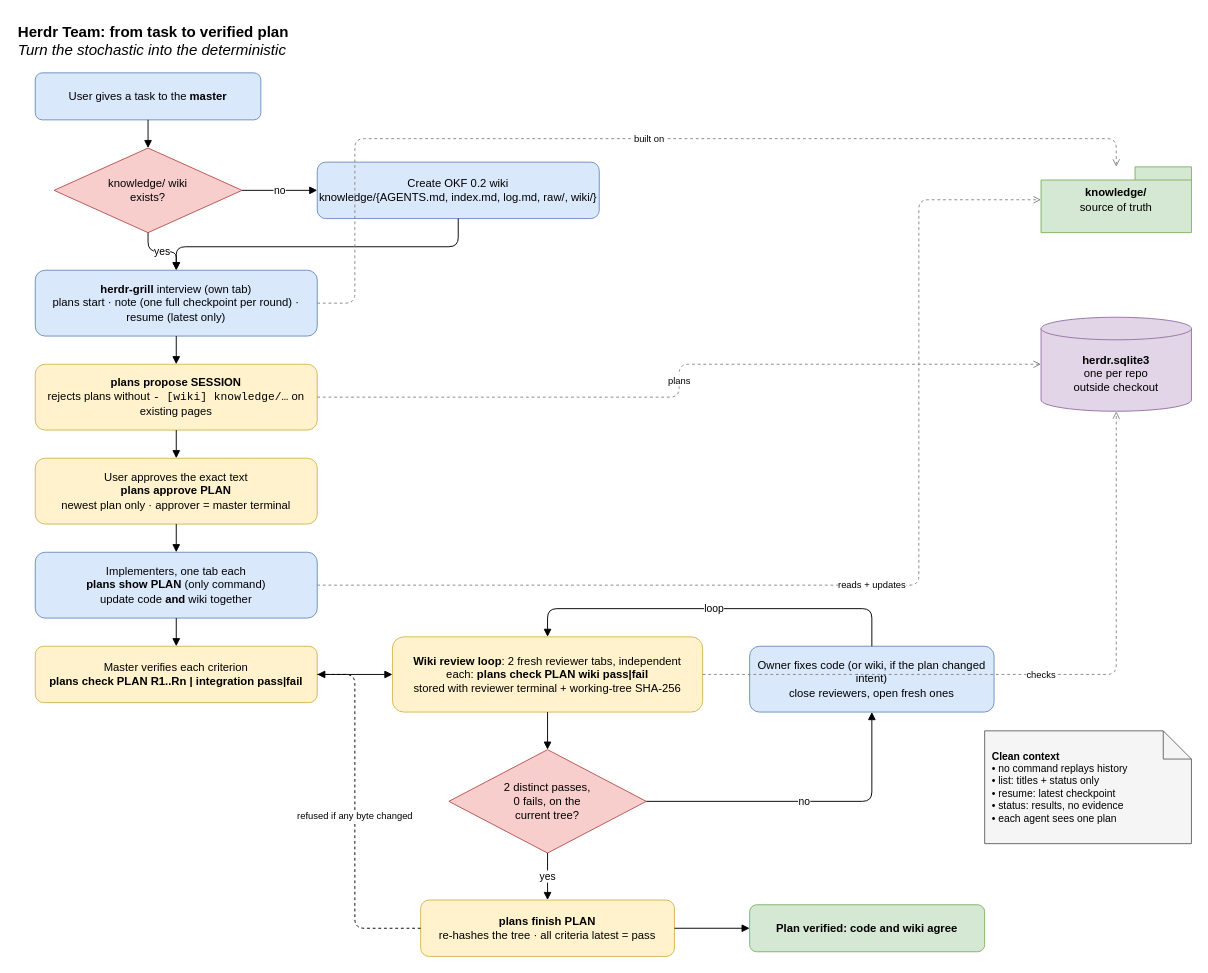
This is page "Flow" (1 of 2) of docs/herdr.drawio from pcodez99/herdr-skills, a draw.io file, before an edit. Source tidied: cells renumbered, new cells numbered last; positions are measured from the earlier drawing's top-left corner, leaving out a move shared by most shapes. Both pictures are drawn from the tidied source at 94%, with x=0, y=0 at pixel (16, 16).
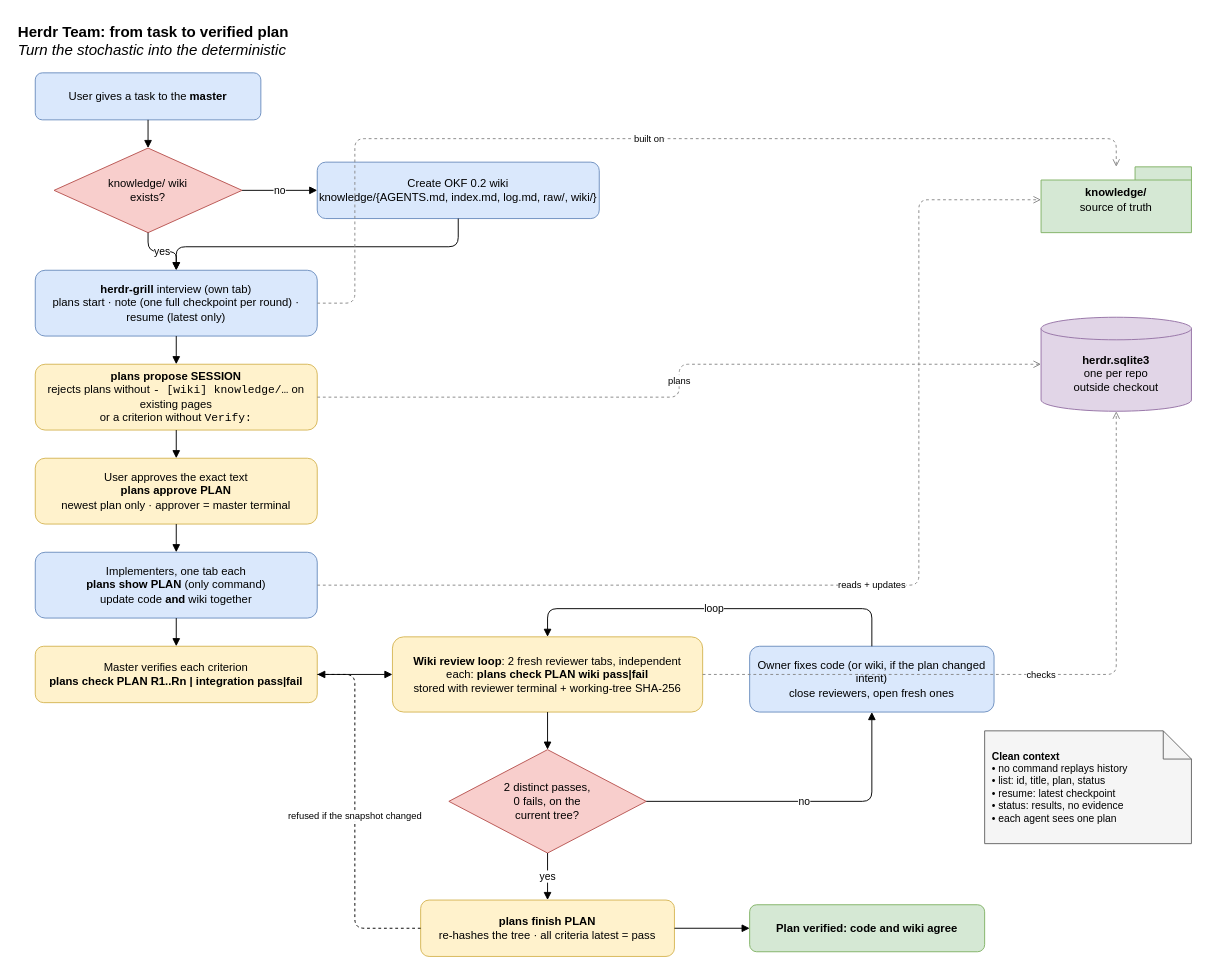
After the change.

The change refers to these unchanged cells:
```xml
<mxCell id="10" value="Master verifies each criterion&lt;br&gt;&lt;b&gt;plans check PLAN R1..Rn | integration pass|fail&lt;/b&gt;" style="rounded=1;whiteSpace=wrap;html=1;fillColor=#fff2cc;strokeColor=#d6b656;" parent="1" vertex="1">
  <mxGeometry x="20" y="670" width="300" height="60" as="geometry" />
</mxCell>
<mxCell id="14" value="&lt;b&gt;plans finish PLAN&lt;/b&gt;&lt;br&gt;re-hashes the tree · all criteria latest = pass" style="rounded=1;whiteSpace=wrap;html=1;fillColor=#fff2cc;strokeColor=#d6b656;" parent="1" vertex="1">
  <mxGeometry x="430" y="940" width="270" height="60" as="geometry" />
</mxCell>
```

Diff of the diagram source:
```diff
@@
-    <mxCell id="7" value="&lt;b&gt;plans propose SESSION&lt;/b&gt;&lt;br&gt;rejects plans without &lt;code&gt;- [wiki] knowledge/…&lt;/code&gt; on existing pages" style="rounded=1;whiteSpace=wrap;html=1;fillColor=#fff2cc;strokeColor=#d6b656;" parent="1" vertex="1">
+    <mxCell id="7" value="&lt;b&gt;plans propose SESSION&lt;/b&gt;&lt;br&gt;rejects plans without &lt;code&gt;- [wiki] knowledge/…&lt;/code&gt; on existing pages&lt;br&gt;or a criterion without &lt;code&gt;Verify:&lt;/code&gt;" style="rounded=1;whiteSpace=wrap;html=1;fillColor=#fff2cc;strokeColor=#d6b656;" parent="1" vertex="1">
       <mxGeometry x="20" y="370" width="300" height="70" as="geometry" />
     </mxCell>
@@
-    <mxCell id="18" value="&lt;b&gt;Clean context&lt;/b&gt;&lt;br&gt;• no command replays history&lt;br&gt;• list: titles + status only&lt;br&gt;• resume: latest checkpoint&lt;br&gt;• status: results, no evidence&lt;br&gt;• each agent sees one plan" style="shape=note;whiteSpace=wrap;html=1;fillColor=#f5f5f5;strokeColor=#666666;align=left;spacingLeft=6;fontSize=11;" parent="1" vertex="1">
+    <mxCell id="18" value="&lt;b&gt;Clean context&lt;/b&gt;&lt;br&gt;• no command replays history&lt;br&gt;• list: id, title, plan, status&lt;br&gt;• resume: latest checkpoint&lt;br&gt;• status: results, no evidence&lt;br&gt;• each agent sees one plan" style="shape=note;whiteSpace=wrap;html=1;fillColor=#f5f5f5;strokeColor=#666666;align=left;spacingLeft=6;fontSize=11;" parent="1" vertex="1">
       <mxGeometry x="1030" y="760" width="220" height="120" as="geometry" />
     </mxCell>
@@
-    <mxCell id="33" value="refused if any byte changed" style="endArrow=block;dashed=1;html=1;fontSize=10;edgeStyle=orthogonalEdgeStyle;" parent="1" edge="1" source="14" target="10">
+    <mxCell id="33" value="refused if the snapshot changed" style="endArrow=block;dashed=1;html=1;fontSize=10;edgeStyle=orthogonalEdgeStyle;" parent="1" edge="1" source="14" target="10">
       <mxGeometry relative="1" as="geometry">
         <Array as="points">
           <mxPoint x="360" y="970" />
           <mxPoint x="360" y="700" />
         </Array>
       </mxGeometry>
     </mxCell>
```
